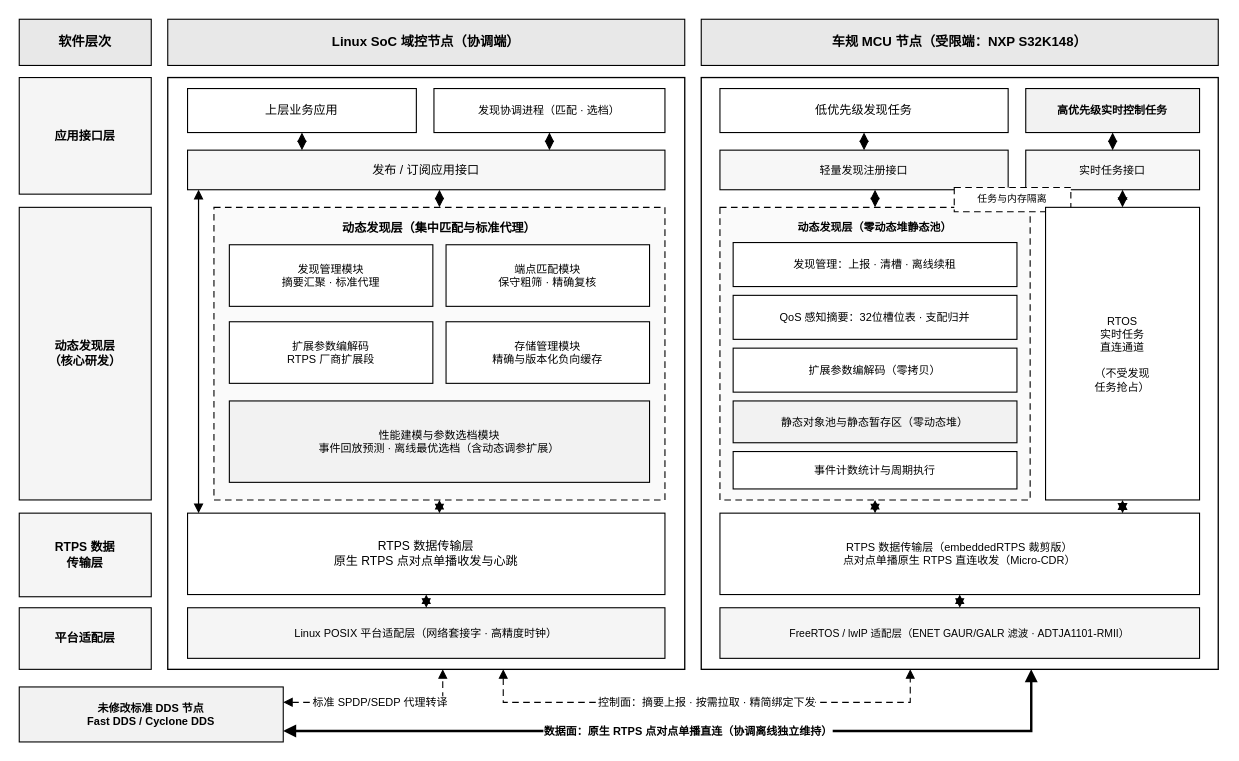
fansunjia-glitch/dds_control keeps this draw.io diagram as page "图2_四层系统架构" (2 of 6) of 开题初稿2.drawio. Above is the earlier version. Source tidied: cells renumbered, new cells numbered last; positions are measured from the earlier drawing's top-left corner, leaving out a move shared by most shapes. Both pictures are drawn from the tidied source at 110%, with x=0, y=0 at pixel (19, 19).
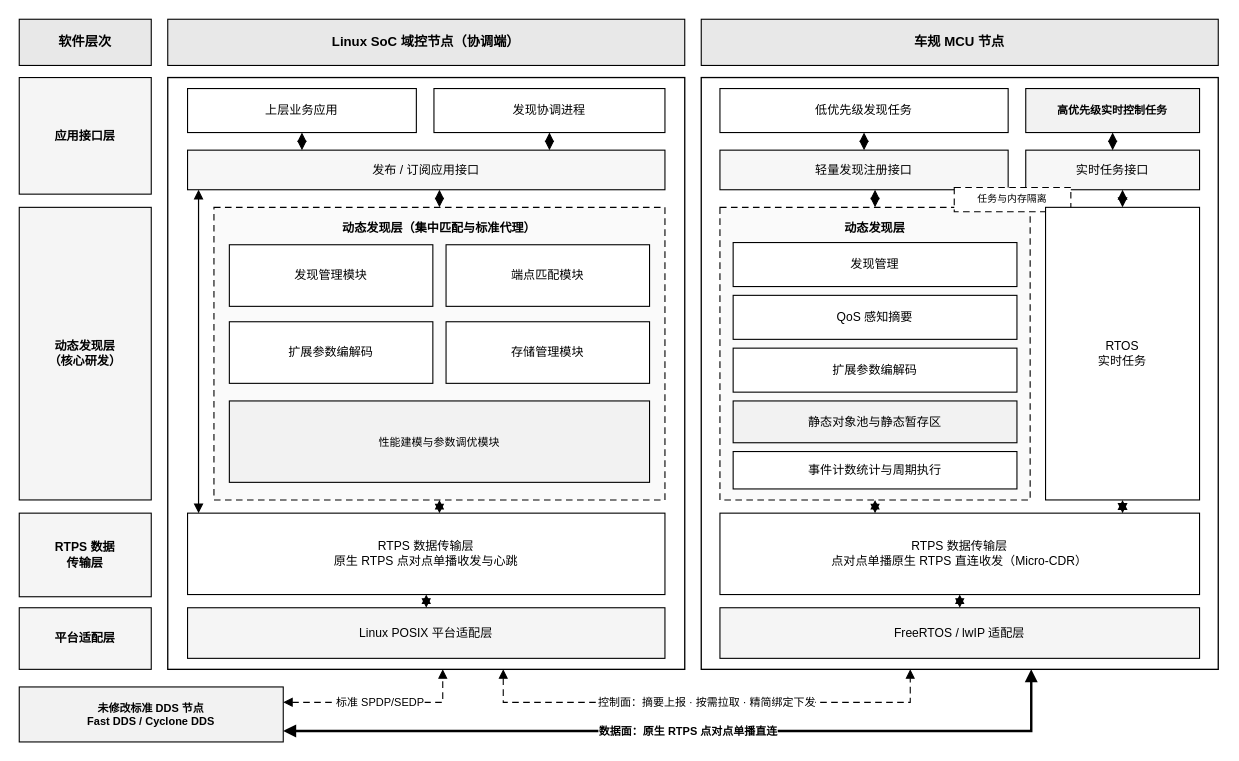
Above is the later version.

The edit, as a diff of the source:
```diff
@@
-    <mxCell id="4" value="车规 MCU 节点（受限端：NXP S32K148）" style="rounded=0;whiteSpace=wrap;html=1;fillColor=#E8E8E8;strokeColor=#000000;fontColor=#000000;fontFamily=Microsoft YaHei;fontSize=12;fontStyle=1;" parent="1" vertex="1">
+    <mxCell id="4" value="车规 MCU 节点" style="rounded=0;whiteSpace=wrap;html=1;fillColor=#E8E8E8;strokeColor=#000000;fontColor=#000000;fontFamily=Microsoft YaHei;fontSize=12;fontStyle=1;" parent="1" vertex="1">
       <mxGeometry x="620" width="470" height="42" as="geometry" />
     </mxCell>
@@
-    <mxCell id="12" value="发现协调进程（匹配 · 选档）" style="rounded=0;whiteSpace=wrap;html=1;fillColor=#FFFFFF;strokeColor=#000000;fontColor=#000000;fontFamily=Microsoft YaHei;fontSize=10;" parent="1" vertex="1">
+    <mxCell id="12" value="&lt;font style=&quot;font-size: 11px;&quot;&gt;发现协调进程&lt;/font&gt;" style="rounded=0;whiteSpace=wrap;html=1;fillColor=#FFFFFF;strokeColor=#000000;fontColor=#000000;fontFamily=Microsoft YaHei;fontSize=10;" parent="1" vertex="1">
       <mxGeometry x="377" y="63" width="210" height="40" as="geometry" />
     </mxCell>
@@
-    <mxCell id="17" value="发现管理模块&lt;br&gt;摘要汇聚 · 标准代理" style="rounded=0;whiteSpace=wrap;html=1;fillColor=#FFFFFF;strokeColor=#000000;fontColor=#000000;fontFamily=Microsoft YaHei;fontSize=10;" parent="1" vertex="1">
+    <mxCell id="17" value="&lt;font style=&quot;font-size: 11px;&quot;&gt;发现管理模块&lt;/font&gt;" style="rounded=0;whiteSpace=wrap;html=1;fillColor=#FFFFFF;strokeColor=#000000;fontColor=#000000;fontFamily=Microsoft YaHei;fontSize=10;" parent="1" vertex="1">
       <mxGeometry x="191" y="205" width="185" height="56" as="geometry" />
     </mxCell>
-    <mxCell id="18" value="端点匹配模块&lt;br&gt;保守粗筛 · 精确复核" style="rounded=0;whiteSpace=wrap;html=1;fillColor=#FFFFFF;strokeColor=#000000;fontColor=#000000;fontFamily=Microsoft YaHei;fontSize=10;" parent="1" vertex="1">
+    <mxCell id="18" value="&lt;font style=&quot;font-size: 11px;&quot;&gt;端点匹配模块&lt;/font&gt;" style="rounded=0;whiteSpace=wrap;html=1;fillColor=#FFFFFF;strokeColor=#000000;fontColor=#000000;fontFamily=Microsoft YaHei;fontSize=10;" parent="1" vertex="1">
       <mxGeometry x="388" y="205" width="185" height="56" as="geometry" />
     </mxCell>
-    <mxCell id="19" value="扩展参数编解码&lt;br&gt;RTPS 厂商扩展段" style="rounded=0;whiteSpace=wrap;html=1;fillColor=#FFFFFF;strokeColor=#000000;fontColor=#000000;fontFamily=Microsoft YaHei;fontSize=10;" parent="1" vertex="1">
+    <mxCell id="19" value="&lt;font style=&quot;font-size: 11px;&quot;&gt;扩展参数编解码&lt;/font&gt;" style="rounded=0;whiteSpace=wrap;html=1;fillColor=#FFFFFF;strokeColor=#000000;fontColor=#000000;fontFamily=Microsoft YaHei;fontSize=10;" parent="1" vertex="1">
       <mxGeometry x="191" y="275" width="185" height="56" as="geometry" />
     </mxCell>
-    <mxCell id="20" value="存储管理模块&lt;br&gt;精确与版本化负向缓存" style="rounded=0;whiteSpace=wrap;html=1;fillColor=#FFFFFF;strokeColor=#000000;fontColor=#000000;fontFamily=Microsoft YaHei;fontSize=10;" parent="1" vertex="1">
+    <mxCell id="20" value="&lt;font style=&quot;font-size: 11px;&quot;&gt;存储管理模块&lt;/font&gt;" style="rounded=0;whiteSpace=wrap;html=1;fillColor=#FFFFFF;strokeColor=#000000;fontColor=#000000;fontFamily=Microsoft YaHei;fontSize=10;" parent="1" vertex="1">
       <mxGeometry x="388" y="275" width="185" height="56" as="geometry" />
     </mxCell>
-    <mxCell id="21" value="性能建模与参数选档模块&lt;br&gt;事件回放预测 · 离线最优选档（含动态调参扩展）" style="rounded=0;whiteSpace=wrap;html=1;fillColor=#F2F2F2;strokeColor=#000000;fontColor=#000000;fontFamily=Microsoft YaHei;fontSize=10;" parent="1" vertex="1">
+    <mxCell id="21" value="性能建模与参数调优模块" style="rounded=0;whiteSpace=wrap;html=1;fillColor=#F2F2F2;strokeColor=#000000;fontColor=#000000;fontFamily=Microsoft YaHei;fontSize=10;" parent="1" vertex="1">
       <mxGeometry x="191" y="347" width="382" height="74" as="geometry" />
     </mxCell>
@@
-    <mxCell id="26" value="Linux POSIX 平台适配层（网络套接字 · 高精度时钟）" style="rounded=0;whiteSpace=wrap;html=1;fillColor=#F5F5F5;strokeColor=#000000;fontColor=#000000;fontFamily=Microsoft YaHei;fontSize=10;" parent="1" vertex="1">
+    <mxCell id="26" value="&lt;font style=&quot;font-size: 11px;&quot;&gt;Linux POSIX 平台适配层&lt;/font&gt;" style="rounded=0;whiteSpace=wrap;html=1;fillColor=#F5F5F5;strokeColor=#000000;fontColor=#000000;fontFamily=Microsoft YaHei;fontSize=10;" parent="1" vertex="1">
       <mxGeometry x="153" y="535" width="434" height="46" as="geometry" />
     </mxCell>
@@
-    <mxCell id="30" value="轻量发现注册接口" style="rounded=0;whiteSpace=wrap;html=1;fillColor=#F7F7F7;strokeColor=#000000;fontColor=#000000;fontFamily=Microsoft YaHei;fontSize=10;" parent="1" vertex="1">
+    <mxCell id="30" value="&lt;font style=&quot;font-size: 11px;&quot;&gt;轻量发现注册接口&lt;/font&gt;" style="rounded=0;whiteSpace=wrap;html=1;fillColor=#F7F7F7;strokeColor=#000000;fontColor=#000000;fontFamily=Microsoft YaHei;fontSize=10;" parent="1" vertex="1">
       <mxGeometry x="637" y="119" width="262" height="36" as="geometry" />
     </mxCell>
-    <mxCell id="31" value="实时任务接口" style="rounded=0;whiteSpace=wrap;html=1;fillColor=#F7F7F7;strokeColor=#000000;fontColor=#000000;fontFamily=Microsoft YaHei;fontSize=10;" parent="1" vertex="1">
+    <mxCell id="31" value="&lt;font style=&quot;font-size: 11px;&quot;&gt;实时任务接口&lt;/font&gt;" style="rounded=0;whiteSpace=wrap;html=1;fillColor=#F7F7F7;strokeColor=#000000;fontColor=#000000;fontFamily=Microsoft YaHei;fontSize=10;" parent="1" vertex="1">
       <mxGeometry x="915" y="119" width="158" height="36" as="geometry" />
     </mxCell>
@@
-    <mxCell id="34" value="动态发现层（零动态堆静态池）" style="rounded=0;whiteSpace=wrap;html=1;fillColor=#FAFAFA;strokeColor=#000000;fontColor=#000000;fontFamily=Microsoft YaHei;fontSize=10;dashed=1;dashPattern=6 4;fontStyle=1;verticalAlign=top;spacingTop=6;" parent="1" vertex="1">
+    <mxCell id="34" value="&lt;font style=&quot;font-size: 11px;&quot;&gt;动态发现层&lt;/font&gt;" style="rounded=0;whiteSpace=wrap;html=1;fillColor=#FAFAFA;strokeColor=#000000;fontColor=#000000;fontFamily=Microsoft YaHei;fontSize=10;dashed=1;dashPattern=6 4;fontStyle=1;verticalAlign=top;spacingTop=6;" parent="1" vertex="1">
       <mxGeometry x="637" y="171" width="282" height="266" as="geometry" />
     </mxCell>
-    <mxCell id="35" value="发现管理：上报 · 清槽 · 离线续租" style="rounded=0;whiteSpace=wrap;html=1;fillColor=#FFFFFF;strokeColor=#000000;fontColor=#000000;fontFamily=Microsoft YaHei;fontSize=10;" parent="1" vertex="1">
+    <mxCell id="35" value="&lt;font style=&quot;font-size: 11px;&quot;&gt;发现管理&lt;/font&gt;" style="rounded=0;whiteSpace=wrap;html=1;fillColor=#FFFFFF;strokeColor=#000000;fontColor=#000000;fontFamily=Microsoft YaHei;fontSize=10;" parent="1" vertex="1">
       <mxGeometry x="649" y="203" width="258" height="40" as="geometry" />
     </mxCell>
-    <mxCell id="36" value="QoS 感知摘要：32位槽位表 · 支配归并" style="rounded=0;whiteSpace=wrap;html=1;fillColor=#FFFFFF;strokeColor=#000000;fontColor=#000000;fontFamily=Microsoft YaHei;fontSize=10;" parent="1" vertex="1">
+    <mxCell id="36" value="&lt;font style=&quot;font-size: 11px;&quot;&gt;QoS 感知摘要&lt;/font&gt;" style="rounded=0;whiteSpace=wrap;html=1;fillColor=#FFFFFF;strokeColor=#000000;fontColor=#000000;fontFamily=Microsoft YaHei;fontSize=10;" parent="1" vertex="1">
       <mxGeometry x="649" y="251" width="258" height="40" as="geometry" />
     </mxCell>
-    <mxCell id="37" value="扩展参数编解码（零拷贝）" style="rounded=0;whiteSpace=wrap;html=1;fillColor=#FFFFFF;strokeColor=#000000;fontColor=#000000;fontFamily=Microsoft YaHei;fontSize=10;" parent="1" vertex="1">
+    <mxCell id="37" value="&lt;font style=&quot;font-size: 11px;&quot;&gt;扩展参数编解码&lt;/font&gt;" style="rounded=0;whiteSpace=wrap;html=1;fillColor=#FFFFFF;strokeColor=#000000;fontColor=#000000;fontFamily=Microsoft YaHei;fontSize=10;" parent="1" vertex="1">
       <mxGeometry x="649" y="299" width="258" height="40" as="geometry" />
     </mxCell>
-    <mxCell id="38" value="静态对象池与静态暂存区（零动态堆）" style="rounded=0;whiteSpace=wrap;html=1;fillColor=#F2F2F2;strokeColor=#000000;fontColor=#000000;fontFamily=Microsoft YaHei;fontSize=10;" parent="1" vertex="1">
+    <mxCell id="38" value="&lt;font style=&quot;font-size: 11px;&quot;&gt;静态对象池与静态暂存区&lt;/font&gt;" style="rounded=0;whiteSpace=wrap;html=1;fillColor=#F2F2F2;strokeColor=#000000;fontColor=#000000;fontFamily=Microsoft YaHei;fontSize=10;" parent="1" vertex="1">
       <mxGeometry x="649" y="347" width="258" height="38" as="geometry" />
     </mxCell>
-    <mxCell id="39" value="事件计数统计与周期执行" style="rounded=0;whiteSpace=wrap;html=1;fillColor=#FFFFFF;strokeColor=#000000;fontColor=#000000;fontFamily=Microsoft YaHei;fontSize=10;" parent="1" vertex="1">
+    <mxCell id="39" value="&lt;font style=&quot;font-size: 11px;&quot;&gt;事件计数统计与周期执行&lt;/font&gt;" style="rounded=0;whiteSpace=wrap;html=1;fillColor=#FFFFFF;strokeColor=#000000;fontColor=#000000;fontFamily=Microsoft YaHei;fontSize=10;" parent="1" vertex="1">
       <mxGeometry x="649" y="393" width="258" height="34" as="geometry" />
     </mxCell>
@@
-    <mxCell id="41" value="RTOS&lt;br&gt;实时任务&lt;br&gt;直连通道&lt;br&gt;&lt;br&gt;（不受发现&lt;br&gt;任务抢占）" style="rounded=0;whiteSpace=wrap;html=1;fillColor=#FFFFFF;strokeColor=#000000;fontColor=#000000;fontFamily=Microsoft YaHei;fontSize=10;" parent="1" vertex="1">
+    <mxCell id="41" value="&lt;font style=&quot;font-size: 11px;&quot;&gt;RTOS&lt;br&gt;实时任务&lt;/font&gt;" style="rounded=0;whiteSpace=wrap;html=1;fillColor=#FFFFFF;strokeColor=#000000;fontColor=#000000;fontFamily=Microsoft YaHei;fontSize=10;" parent="1" vertex="1">
       <mxGeometry x="933" y="171" width="140" height="266" as="geometry" />
     </mxCell>
@@
-    <mxCell id="46" value="RTPS 数据传输层（embeddedRTPS 裁剪版）&lt;br&gt;点对点单播原生 RTPS 直连收发（Micro-CDR）" style="rounded=0;whiteSpace=wrap;html=1;fillColor=#FFFFFF;strokeColor=#000000;fontColor=#000000;fontFamily=Microsoft YaHei;fontSize=10;" parent="1" vertex="1">
+    <mxCell id="46" value="&lt;font style=&quot;font-size: 11px;&quot;&gt;RTPS 数据传输层&lt;br&gt;点对点单播原生 RTPS 直连收发（Micro-CDR）&lt;/font&gt;" style="rounded=0;whiteSpace=wrap;html=1;fillColor=#FFFFFF;strokeColor=#000000;fontColor=#000000;fontFamily=Microsoft YaHei;fontSize=10;" parent="1" vertex="1">
       <mxGeometry x="637" y="449" width="436" height="74" as="geometry" />
     </mxCell>
-    <mxCell id="47" value="FreeRTOS / lwIP 适配层（ENET GAUR/GALR 滤波 · ADTJA1101-RMII）" style="rounded=0;whiteSpace=wrap;html=1;fillColor=#F5F5F5;strokeColor=#000000;fontColor=#000000;fontFamily=Microsoft YaHei;fontSize=9.5;" parent="1" vertex="1">
+    <mxCell id="47" value="&lt;font style=&quot;font-size: 11px;&quot;&gt;FreeRTOS / lwIP 适配层&lt;/font&gt;" style="rounded=0;whiteSpace=wrap;html=1;fillColor=#F5F5F5;strokeColor=#000000;fontColor=#000000;fontFamily=Microsoft YaHei;fontSize=9.5;" parent="1" vertex="1">
       <mxGeometry x="637" y="535" width="436" height="46" as="geometry" />
     </mxCell>
@@
-    <mxCell id="50" value="标准 SPDP/SEDP 代理转译" style="edgeStyle=orthogonalEdgeStyle;rounded=0;html=1;strokeColor=#000000;fontColor=#000000;fontFamily=Microsoft YaHei;fontSize=10;dashed=1;dashPattern=6 4;endArrow=block;endFill=1;startArrow=block;startFill=1;labelBackgroundColor=#FFFFFF;" parent="1" edge="1">
+    <mxCell id="50" value="标准 SPDP/SEDP" style="edgeStyle=orthogonalEdgeStyle;rounded=0;html=1;strokeColor=#000000;fontColor=#000000;fontFamily=Microsoft YaHei;fontSize=10;dashed=1;dashPattern=6 4;endArrow=block;endFill=1;startArrow=block;startFill=1;labelBackgroundColor=#FFFFFF;" parent="1" edge="1">
       <mxGeometry relative="1" as="geometry">
         <mxPoint x="240" y="621" as="sourcePoint" />
         <mxPoint x="385" y="591" as="targetPoint" />
         <Array as="points">
           <mxPoint x="385" y="621" />
         </Array>
       </mxGeometry>
     </mxCell>
@@
-    <mxCell id="52" value="数据面：原生 RTPS 点对点单播直连（协调离线独立维持）" style="edgeStyle=orthogonalEdgeStyle;rounded=0;html=1;strokeColor=#000000;fontColor=#000000;fontFamily=Microsoft YaHei;fontSize=10;strokeWidth=2.2;endArrow=block;endFill=1;startArrow=block;startFill=1;fontStyle=1;labelBackgroundColor=#FFFFFF;" parent="1" edge="1">
+    <mxCell id="52" value="数据面：原生 RTPS 点对点单播直连" style="edgeStyle=orthogonalEdgeStyle;rounded=0;html=1;strokeColor=#000000;fontColor=#000000;fontFamily=Microsoft YaHei;fontSize=10;strokeWidth=2.2;endArrow=block;endFill=1;startArrow=block;startFill=1;fontStyle=1;labelBackgroundColor=#FFFFFF;" parent="1" edge="1">
       <mxGeometry relative="1" as="geometry">
         <mxPoint x="240" y="647" as="sourcePoint" />
         <mxPoint x="920" y="591" as="targetPoint" />
         <Array as="points">
           <mxPoint x="920" y="647" />
         </Array>
       </mxGeometry>
     </mxCell>
```
